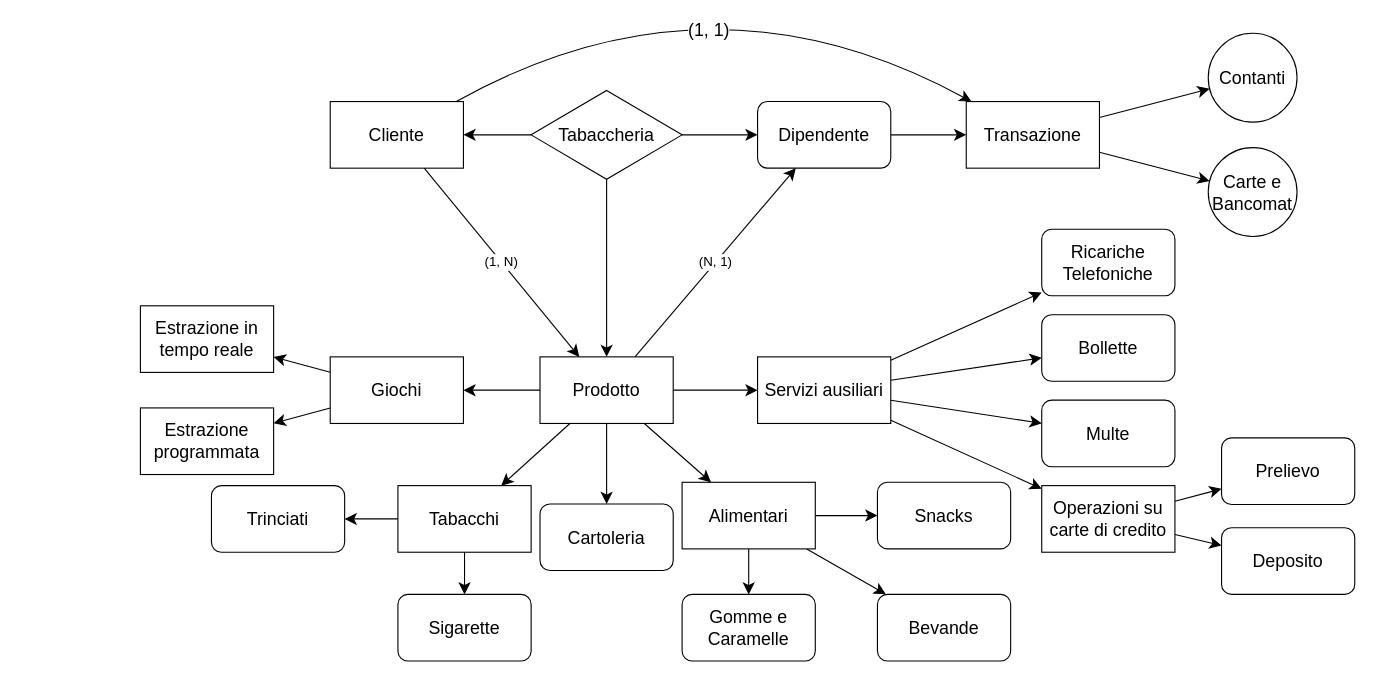
This is md/tabaccheriadb.drawio from TheDarkBug/notes, a draw.io file, before an edit. Source tidied: cells renumbered, new cells numbered last; positions are measured from the earlier drawing's top-left corner, leaving out a move shared by most shapes. Both pictures are drawn from the tidied source at 111%, with x=0, y=0 at pixel (140, -41).
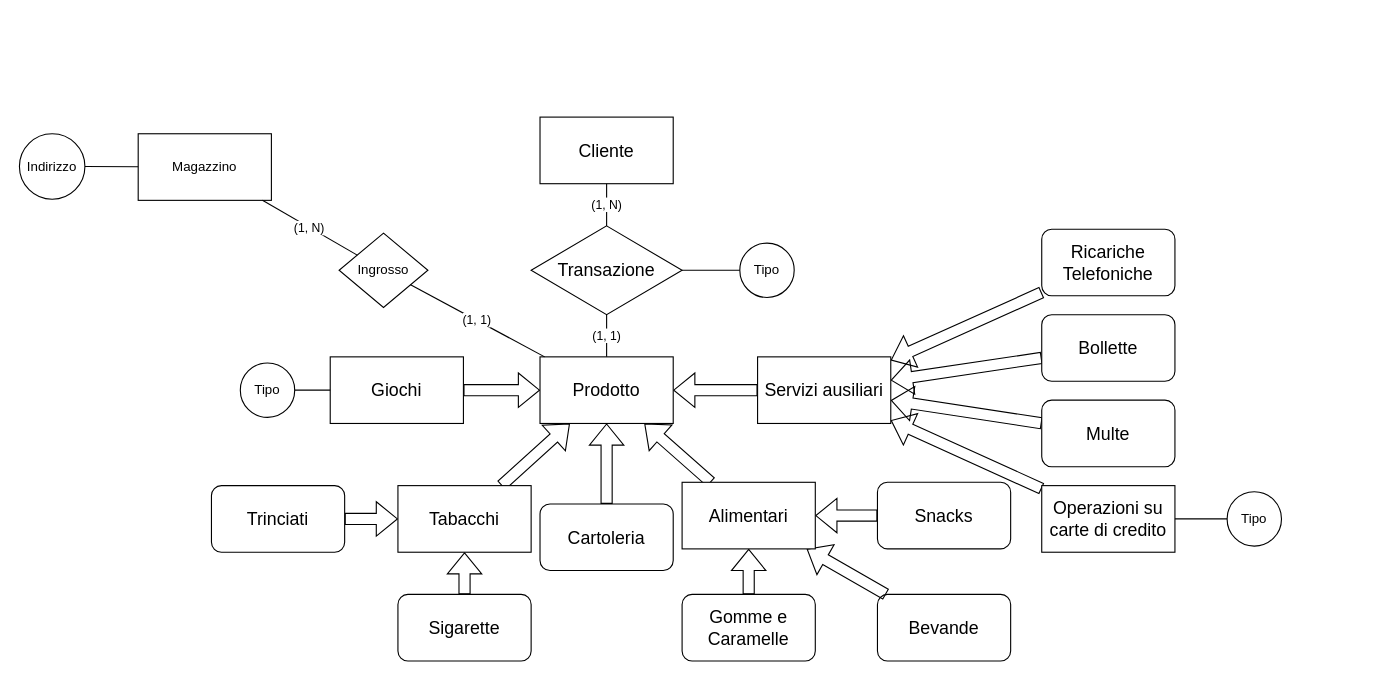
The same page after the edit.

Unchanged cells that the change refers to:
```xml
<mxCell id="14" value="&lt;div&gt;Prodotto&lt;/div&gt;" style="whiteSpace=wrap;html=1;fontSize=16;" parent="1" vertex="1">
  <mxGeometry x="360" y="358" width="120" height="60" as="geometry" />
</mxCell>
<mxCell id="15" value="Cartoleria" style="rounded=1;whiteSpace=wrap;html=1;fontSize=16;" parent="1" vertex="1">
  <mxGeometry x="360" y="490.5" width="120" height="60" as="geometry" />
</mxCell>
<mxCell id="16" value="&lt;div&gt;Snacks&lt;/div&gt;" style="whiteSpace=wrap;html=1;fontSize=16;rounded=1;" parent="1" vertex="1">
  <mxGeometry x="664" y="471" width="120" height="60" as="geometry" />
</mxCell>
<mxCell id="17" value="&lt;div&gt;Bevande&lt;/div&gt;" style="rounded=1;whiteSpace=wrap;html=1;fontSize=16;" parent="1" vertex="1">
  <mxGeometry x="664" y="572" width="120" height="60" as="geometry" />
</mxCell>
<mxCell id="18" value="&lt;div&gt;Gomme e&lt;br&gt;&lt;/div&gt;&lt;div&gt;Caramelle&lt;/div&gt;" style="rounded=1;whiteSpace=wrap;html=1;fontSize=16;" parent="1" vertex="1">
  <mxGeometry x="488" y="572" width="120" height="60" as="geometry" />
</mxCell>
<mxCell id="25" value="Giochi" style="rounded=0;whiteSpace=wrap;html=1;fontSize=16;" parent="1" vertex="1">
  <mxGeometry x="171" y="358" width="120" height="60" as="geometry" />
</mxCell>
<mxCell id="32" value="Servizi ausiliari" style="whiteSpace=wrap;html=1;fontSize=16;" parent="1" vertex="1">
  <mxGeometry x="556" y="358" width="120" height="60" as="geometry" />
</mxCell>
<mxCell id="33" value="Bollette" style="rounded=1;whiteSpace=wrap;html=1;fontSize=16;" parent="1" vertex="1">
  <mxGeometry x="812" y="320" width="120" height="60" as="geometry" />
</mxCell>
<mxCell id="34" value="Ricariche Telefoniche" style="rounded=1;whiteSpace=wrap;html=1;fontSize=16;" parent="1" vertex="1">
  <mxGeometry x="812" y="243" width="120" height="60" as="geometry" />
</mxCell>
<mxCell id="35" value="Multe" style="rounded=1;whiteSpace=wrap;html=1;fontSize=16;" parent="1" vertex="1">
  <mxGeometry x="812" y="397" width="120" height="60" as="geometry" />
</mxCell>
<mxCell id="38" value="Operazioni su carte di credito" style="rounded=0;whiteSpace=wrap;html=1;fontSize=16;" parent="1" vertex="1">
  <mxGeometry x="812" y="474" width="120" height="60" as="geometry" />
</mxCell>
<mxCell id="46" value="Alimentari" style="rounded=0;whiteSpace=wrap;html=1;fontSize=16;" parent="1" vertex="1">
  <mxGeometry x="488" y="471" width="120" height="60" as="geometry" />
</mxCell>
<mxCell id="49" value="Tabacchi" style="rounded=0;whiteSpace=wrap;html=1;fontSize=16;" parent="1" vertex="1">
  <mxGeometry x="232" y="474" width="120" height="60" as="geometry" />
</mxCell>
<mxCell id="50" value="Trinciati" style="rounded=1;whiteSpace=wrap;html=1;fontSize=16;" parent="1" vertex="1">
  <mxGeometry x="64" y="474" width="120" height="60" as="geometry" />
</mxCell>
<mxCell id="51" value="Sigarette" style="rounded=1;whiteSpace=wrap;html=1;fontSize=16;" parent="1" vertex="1">
  <mxGeometry x="232" y="572" width="120" height="60" as="geometry" />
</mxCell>
```

What changed in the source:
```diff
@@
-    <mxCell id="2" style="edgeStyle=none;curved=1;rounded=0;jettySize=auto;html=1;fontSize=12;startSize=8;endSize=8;" parent="1" edge="1" source="5" target="7">
-      <mxGeometry relative="1" as="geometry" />
-    </mxCell>
-    <mxCell id="3" style="edgeStyle=none;curved=1;rounded=0;jettySize=auto;html=1;fontSize=12;startSize=8;endSize=8;" parent="1" edge="1" source="5" target="14">
-      <mxGeometry relative="1" as="geometry" />
-    </mxCell>
-    <mxCell id="4" style="edgeStyle=none;curved=1;rounded=0;jettySize=auto;html=1;fontSize=12;startSize=8;endSize=8;" parent="1" edge="1" source="5" target="22">
-      <mxGeometry relative="1" as="geometry" />
-    </mxCell>
-    <mxCell id="5" value="Tabaccheria" style="rhombus;whiteSpace=wrap;html=1;fontSize=16;" parent="1" vertex="1">
-      <mxGeometry x="352" y="118" width="136" height="80" as="geometry" />
+    <mxCell id="5" value="Transazione" style="rhombus;whiteSpace=wrap;html=1;fontSize=16;" parent="1" vertex="1">
+      <mxGeometry x="352" y="240" width="136" height="80" as="geometry" />
     </mxCell>
-    <mxCell id="6" style="edgeStyle=none;curved=1;rounded=0;jettySize=auto;html=1;fontSize=12;startSize=8;endSize=8;" parent="1" edge="1" source="7" target="54">
-      <mxGeometry relative="1" as="geometry" />
-    </mxCell>
-    <mxCell id="7" value="&lt;div&gt;Dipendente&lt;/div&gt;" style="rounded=1;whiteSpace=wrap;html=1;fontSize=16;" parent="1" vertex="1">
-      <mxGeometry x="556" y="128" width="120" height="60" as="geometry" />
-    </mxCell>
-    <mxCell id="8" style="edgeStyle=none;curved=1;rounded=0;jettySize=auto;html=1;fontSize=12;startSize=8;endSize=8;" parent="1" edge="1" source="14" target="15">
+    <mxCell id="8" style="edgeStyle=none;curved=1;rounded=0;jettySize=auto;html=1;fontSize=12;shape=flexArrow;" parent="1" edge="1" source="15" target="14">
       <mxGeometry relative="1" as="geometry" />
     </mxCell>
-    <mxCell id="9" value="(N, 1)" style="edgeStyle=none;curved=1;rounded=0;jettySize=auto;html=1;fontSize=12;startSize=8;endSize=8;" parent="1" edge="1" source="14" target="7">
-      <mxGeometry relative="1" as="geometry" />
-    </mxCell>
-    <mxCell id="10" style="edgeStyle=none;curved=1;rounded=0;jettySize=auto;html=1;fontSize=12;startSize=8;endSize=8;" parent="1" edge="1" source="14" target="25">
+    <mxCell id="10" style="edgeStyle=none;curved=1;rounded=0;jettySize=auto;html=1;fontSize=12;shape=flexArrow;" parent="1" edge="1" source="25" target="14">
       <mxGeometry relative="1" as="geometry" />
     </mxCell>
-    <mxCell id="11" style="edgeStyle=none;curved=1;rounded=0;jettySize=auto;html=1;fontSize=12;startSize=8;endSize=8;" parent="1" edge="1" source="14" target="32">
+    <mxCell id="11" style="edgeStyle=none;curved=1;rounded=0;jettySize=auto;html=1;fontSize=12;shape=flexArrow;" parent="1" edge="1" source="32" target="14">
       <mxGeometry relative="1" as="geometry" />
     </mxCell>
-    <mxCell id="12" style="edgeStyle=none;curved=1;rounded=0;jettySize=auto;html=1;fontSize=12;startSize=8;endSize=8;" parent="1" edge="1" source="14" target="46">
+    <mxCell id="12" style="edgeStyle=none;curved=1;rounded=0;jettySize=auto;html=1;fontSize=12;shape=flexArrow;" parent="1" edge="1" source="46" target="14">
       <mxGeometry relative="1" as="geometry" />
     </mxCell>
-    <mxCell id="13" style="edgeStyle=none;curved=1;rounded=0;jettySize=auto;html=1;fontSize=12;startSize=8;endSize=8;" parent="1" edge="1" source="14" target="49">
+    <mxCell id="13" style="edgeStyle=none;curved=1;rounded=0;jettySize=auto;html=1;fontSize=12;shape=flexArrow;" parent="1" edge="1" source="49" target="14">
       <mxGeometry relative="1" as="geometry" />
     </mxCell>
@@
-    <mxCell id="19" value="(1, N)" style="edgeStyle=none;curved=1;rounded=0;jettySize=auto;html=1;fontSize=12;startSize=8;endSize=8;" parent="1" edge="1" source="22" target="14">
-      <mxGeometry relative="1" as="geometry" />
-    </mxCell>
-    <mxCell id="20" style="edgeStyle=none;curved=1;rounded=0;jettySize=auto;html=1;fontSize=12;startSize=8;endSize=8;" parent="1" edge="1" source="22" target="54">
-      <mxGeometry relative="1" as="geometry">
-        <Array as="points">
-          <mxPoint x="513" />
-        </Array>
-      </mxGeometry>
-    </mxCell>
-    <mxCell id="21" value="(1, 1)" style="edgeLabel;html=1;align=center;verticalAlign=middle;fontSize=16;" parent="20" vertex="1">
-      <mxGeometry x="-0.13" y="-54" relative="1" as="geometry">
-        <mxPoint x="-1" as="offset" />
-      </mxGeometry>
-    </mxCell>
     <mxCell id="22" value="&lt;div&gt;Cliente&lt;/div&gt;" style="rounded=0;whiteSpace=wrap;html=1;fontSize=16;" parent="1" vertex="1">
-      <mxGeometry x="171" y="128" width="120" height="60" as="geometry" />
+      <mxGeometry x="360" y="142" width="120" height="60" as="geometry" />
     </mxCell>
-    <mxCell id="23" style="edgeStyle=none;curved=1;rounded=0;jettySize=auto;html=1;fontSize=12;startSize=8;endSize=8;" parent="1" edge="1" source="25" target="41">
-      <mxGeometry relative="1" as="geometry" />
-    </mxCell>
-    <mxCell id="24" style="edgeStyle=none;curved=1;rounded=0;jettySize=auto;html=1;fontSize=12;startSize=8;endSize=8;" parent="1" edge="1" source="25" target="42">
-      <mxGeometry relative="1" as="geometry" />
-    </mxCell>
@@
-    <mxCell id="26" value="&lt;div&gt;Contanti&lt;/div&gt;" style="ellipse;whiteSpace=wrap;html=1;fontSize=16;" parent="1" vertex="1">
-      <mxGeometry x="962" y="66.5" width="80" height="80" as="geometry" />
-    </mxCell>
-    <mxCell id="27" value="&lt;div&gt;Carte e Bancomat&lt;/div&gt;" style="ellipse;whiteSpace=wrap;html=1;fontSize=16;" parent="1" vertex="1">
-      <mxGeometry x="962" y="169.5" width="80" height="80" as="geometry" />
-    </mxCell>
-    <mxCell id="28" value="&lt;div&gt;&lt;br&gt;&lt;/div&gt;" style="edgeStyle=none;curved=1;rounded=0;jettySize=auto;html=1;fontSize=12;startSize=8;endSize=8;" parent="1" edge="1" source="32" target="34">
+    <mxCell id="28" value="&lt;div&gt;&lt;br&gt;&lt;/div&gt;" style="edgeStyle=none;curved=1;rounded=0;jettySize=auto;html=1;fontSize=12;shape=flexArrow;" parent="1" edge="1" source="34" target="32">
       <mxGeometry relative="1" as="geometry" />
     </mxCell>
-    <mxCell id="29" style="edgeStyle=none;curved=1;rounded=0;jettySize=auto;html=1;fontSize=12;startSize=8;endSize=8;" parent="1" edge="1" source="32" target="33">
+    <mxCell id="29" style="edgeStyle=none;curved=1;rounded=0;jettySize=auto;html=1;fontSize=12;shape=flexArrow;" parent="1" edge="1" source="33" target="32">
       <mxGeometry relative="1" as="geometry" />
     </mxCell>
-    <mxCell id="30" style="edgeStyle=none;curved=1;rounded=0;jettySize=auto;html=1;fontSize=12;startSize=8;endSize=8;" parent="1" edge="1" source="32" target="35">
+    <mxCell id="30" style="edgeStyle=none;curved=1;rounded=0;jettySize=auto;html=1;fontSize=12;shape=flexArrow;" parent="1" edge="1" source="35" target="32">
       <mxGeometry relative="1" as="geometry" />
     </mxCell>
-    <mxCell id="31" style="edgeStyle=none;curved=1;rounded=0;jettySize=auto;html=1;fontSize=12;startSize=8;endSize=8;" parent="1" edge="1" source="32" target="38">
+    <mxCell id="31" style="edgeStyle=none;curved=1;rounded=0;jettySize=auto;html=1;fontSize=12;shape=flexArrow;" parent="1" edge="1" source="38" target="32">
       <mxGeometry relative="1" as="geometry" />
     </mxCell>
@@
-    <mxCell id="36" style="edgeStyle=none;curved=1;rounded=0;jettySize=auto;html=1;fontSize=12;startSize=8;endSize=8;" parent="1" edge="1" source="38" target="39">
-      <mxGeometry relative="1" as="geometry" />
-    </mxCell>
-    <mxCell id="37" style="edgeStyle=none;curved=1;rounded=0;jettySize=auto;html=1;fontSize=12;startSize=8;endSize=8;" parent="1" edge="1" source="38" target="40">
-      <mxGeometry relative="1" as="geometry" />
-    </mxCell>
@@
-    <mxCell id="39" value="&lt;div&gt;Prelievo&lt;/div&gt;" style="rounded=1;whiteSpace=wrap;html=1;fontSize=16;" parent="1" vertex="1">
-      <mxGeometry x="974" y="431" width="120" height="60" as="geometry" />
-    </mxCell>
-    <mxCell id="40" value="Deposito" style="rounded=1;whiteSpace=wrap;html=1;fontSize=16;" parent="1" vertex="1">
-      <mxGeometry x="974" y="512" width="120" height="60" as="geometry" />
-    </mxCell>
-    <mxCell id="41" value="Estrazione in tempo reale" style="rounded=0;whiteSpace=wrap;html=1;fontSize=16;" parent="1" vertex="1">
-      <mxGeometry y="312" width="120" height="60" as="geometry" />
-    </mxCell>
-    <mxCell id="42" value="Estrazione programmata" style="rounded=0;whiteSpace=wrap;html=1;fontSize=16;" parent="1" vertex="1">
-      <mxGeometry y="404" width="120" height="60" as="geometry" />
-    </mxCell>
-    <mxCell id="43" style="edgeStyle=none;curved=1;rounded=0;jettySize=auto;html=1;fontSize=12;startSize=8;endSize=8;" parent="1" edge="1" source="46" target="16">
+    <mxCell id="43" style="edgeStyle=none;curved=1;rounded=0;jettySize=auto;html=1;fontSize=12;shape=flexArrow;" parent="1" edge="1" source="16" target="46">
       <mxGeometry relative="1" as="geometry" />
     </mxCell>
-    <mxCell id="44" style="edgeStyle=none;curved=1;rounded=0;jettySize=auto;html=1;fontSize=12;startSize=8;endSize=8;" parent="1" edge="1" source="46" target="17">
+    <mxCell id="44" style="edgeStyle=none;curved=1;rounded=0;jettySize=auto;html=1;fontSize=12;shape=flexArrow;" parent="1" edge="1" source="17" target="46">
       <mxGeometry relative="1" as="geometry" />
     </mxCell>
-    <mxCell id="45" style="edgeStyle=none;curved=1;rounded=0;jettySize=auto;html=1;fontSize=12;startSize=8;endSize=8;" parent="1" edge="1" source="46" target="18">
+    <mxCell id="45" style="edgeStyle=none;curved=1;rounded=0;jettySize=auto;html=1;fontSize=12;shape=flexArrow;" parent="1" edge="1" source="18" target="46">
       <mxGeometry relative="1" as="geometry" />
     </mxCell>
@@
-    <mxCell id="47" style="edgeStyle=none;curved=1;rounded=0;jettySize=auto;html=1;fontSize=12;startSize=8;endSize=8;" parent="1" edge="1" source="49" target="50">
+    <mxCell id="47" style="edgeStyle=none;curved=1;rounded=0;jettySize=auto;html=1;fontSize=12;shape=flexArrow;" parent="1" edge="1" source="50" target="49">
       <mxGeometry relative="1" as="geometry" />
     </mxCell>
-    <mxCell id="48" style="edgeStyle=none;curved=1;rounded=0;jettySize=auto;html=1;fontSize=12;startSize=8;endSize=8;" parent="1" edge="1" source="49" target="51">
+    <mxCell id="48" style="edgeStyle=none;curved=1;rounded=0;jettySize=auto;html=1;fontSize=12;shape=flexArrow;" parent="1" edge="1" source="51" target="49">
       <mxGeometry relative="1" as="geometry" />
     </mxCell>
@@
-    <mxCell id="52" style="edgeStyle=none;curved=1;rounded=0;jettySize=auto;html=1;fontSize=12;startSize=8;endSize=8;" parent="1" edge="1" source="54" target="26">
-      <mxGeometry relative="1" as="geometry" />
-    </mxCell>
-    <mxCell id="53" style="edgeStyle=none;curved=1;rounded=0;jettySize=auto;html=1;fontSize=12;startSize=8;endSize=8;" parent="1" edge="1" source="54" target="27">
-      <mxGeometry relative="1" as="geometry" />
-    </mxCell>
-    <mxCell id="54" value="Transazione" style="rounded=0;whiteSpace=wrap;html=1;fontSize=16;" parent="1" vertex="1">
-      <mxGeometry x="744" y="128" width="120" height="60" as="geometry" />
-    </mxCell>
+    <mxCell id="4" value="(1, N)" style="endArrow=none;html=1;rounded=0;" parent="1" edge="1" source="5" target="22">
+      <mxGeometry relative="1" as="geometry" />
+    </mxCell>
+    <mxCell id="3" value="(1, 1)" style="endArrow=none;html=1;rounded=0;" parent="1" edge="1" source="5" target="14">
+      <mxGeometry relative="1" as="geometry" />
+    </mxCell>
+    <mxCell id="55" value="Tipo" style="ellipse;whiteSpace=wrap;html=1;" parent="1" vertex="1">
+      <mxGeometry x="540" y="255.5" width="49" height="49" as="geometry" />
+    </mxCell>
+    <mxCell id="56" style="endArrow=none;html=1;rounded=0;" parent="1" edge="1" source="55" target="5">
+      <mxGeometry relative="1" as="geometry" />
+    </mxCell>
+    <mxCell id="57" value="Tipo" style="ellipse;whiteSpace=wrap;html=1;" parent="1" vertex="1">
+      <mxGeometry x="979" y="479.5" width="49" height="49" as="geometry" />
+    </mxCell>
+    <mxCell id="58" style="endArrow=none;html=1;rounded=0;" parent="1" edge="1" source="57" target="38">
+      <mxGeometry relative="1" as="geometry" />
+    </mxCell>
+    <mxCell id="59" value="Tipo" style="ellipse;whiteSpace=wrap;html=1;" parent="1" vertex="1">
+      <mxGeometry x="90" y="363.5" width="49" height="49" as="geometry" />
+    </mxCell>
+    <mxCell id="60" style="endArrow=none;html=1;rounded=0;" parent="1" edge="1" source="59" target="25">
+      <mxGeometry relative="1" as="geometry" />
+    </mxCell>
+    <mxCell id="61" value="Magazzino" style="rounded=0;whiteSpace=wrap;html=1;" parent="1" vertex="1">
+      <mxGeometry x="-2" y="157" width="120" height="60" as="geometry" />
+    </mxCell>
+    <mxCell id="62" value="Ingrosso" style="rhombus;whiteSpace=wrap;html=1;" parent="1" vertex="1">
+      <mxGeometry x="179" y="246.5" width="80" height="67" as="geometry" />
+    </mxCell>
+    <mxCell id="63" value="(1, N)" style="endArrow=none;html=1;rounded=0;" parent="1" edge="1" source="61" target="62">
+      <mxGeometry relative="1" as="geometry" />
+    </mxCell>
+    <mxCell id="64" value="(1, 1)" style="endArrow=none;html=1;rounded=0;" parent="1" edge="1" source="14" target="62">
+      <mxGeometry relative="1" as="geometry" />
+    </mxCell>
+    <mxCell id="65" value="Indirizzo" style="ellipse;whiteSpace=wrap;html=1;" parent="1" vertex="1">
+      <mxGeometry x="-109" y="157" width="59" height="59" as="geometry" />
+    </mxCell>
+    <mxCell id="66" style="endArrow=none;html=1;rounded=0;" parent="1" edge="1" source="65" target="61">
+      <mxGeometry relative="1" as="geometry" />
+    </mxCell>
```
